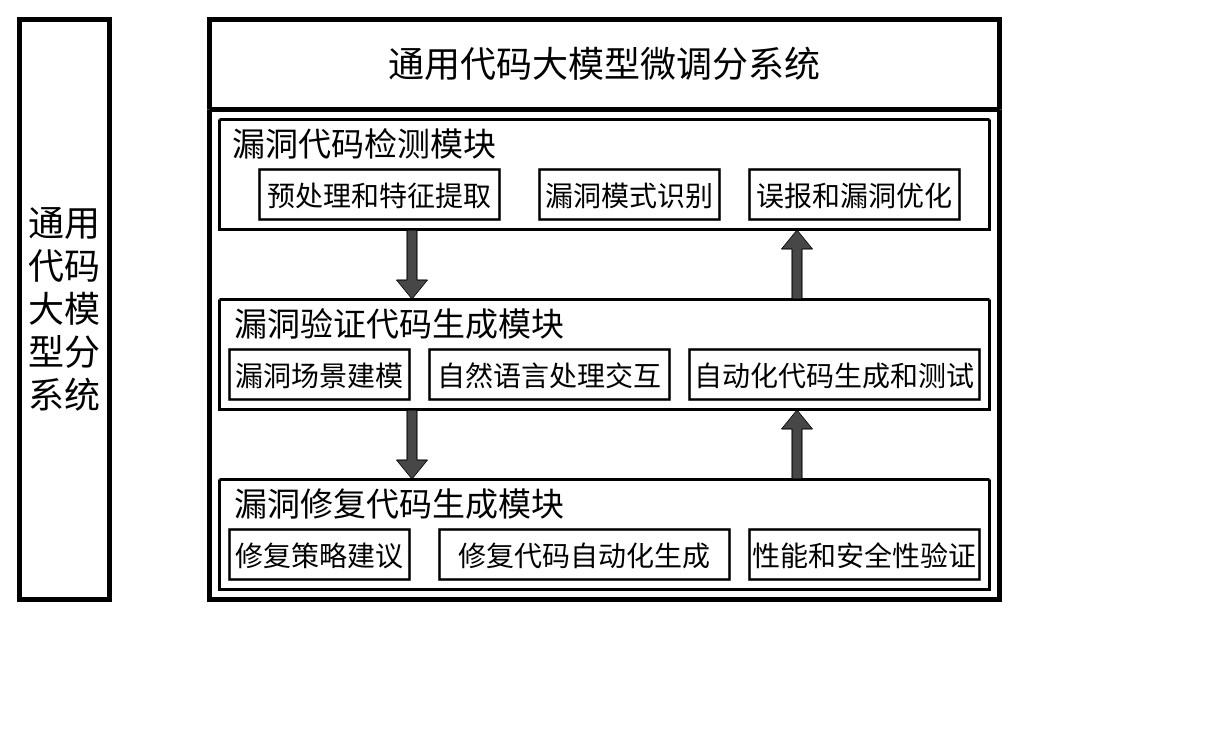
LovenSar/- keeps this draw.io diagram as 工作原理图.drawio. Above is the earlier version. Source tidied: cells renumbered, new cells numbered last; positions are measured from the earlier drawing's top-left corner, leaving out a move shared by most shapes. Both pictures are drawn from the tidied source at 100%, with x=0, y=0 at pixel (19, 19).
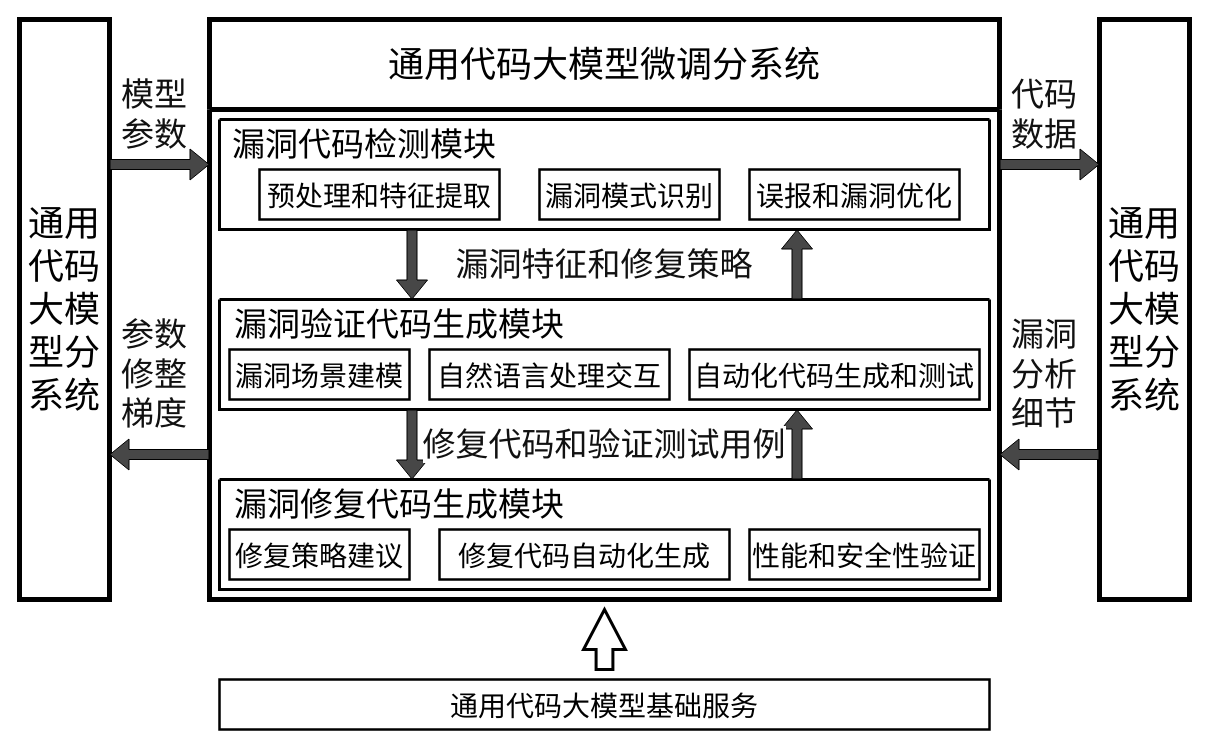
The same diagram, later.

Commit message (it also covers changes not shown here):
更新工作原理图.drawio

The change refers to these unchanged cells:
```xml
<mxCell id="2" value="通用代码大模型分系统" style="rounded=0;whiteSpace=wrap;html=1;fillColor=none;strokeWidth=5;fontSize=36;" parent="1" vertex="1">
  <mxGeometry width="90" height="580" as="geometry" />
</mxCell>
<mxCell id="3" value="&lt;font style=&quot;font-size: 36px; font-weight: normal;&quot;&gt;通用代码大模型微调分系统&lt;/font&gt;" style="swimlane;whiteSpace=wrap;html=1;fontSize=5;strokeWidth=5;startSize=90;" parent="1" vertex="1">
  <mxGeometry x="190" width="790" height="580" as="geometry" />
</mxCell>
```

Diff of the diagram source:
```diff
@@
+    <mxCell id="23" value="&lt;span style=&quot;color: rgb(17, 17, 17); text-align: start; background-color: rgb(255, 255, 255);&quot;&gt;漏洞特征和修复策略&lt;/span&gt;" style="text;html=1;align=center;verticalAlign=middle;whiteSpace=wrap;rounded=0;fontFamily=宋体;fontSize=33;" parent="3" vertex="1">
+      <mxGeometry x="230" y="220" width="330" height="50" as="geometry" />
+    </mxCell>
+    <mxCell id="24" value="&lt;span style=&quot;color: rgb(17, 17, 17); font-size: 33px; text-align: start; background-color: rgb(255, 255, 255);&quot;&gt;修复代码和验证测试用例&lt;/span&gt;" style="text;html=1;align=center;verticalAlign=middle;whiteSpace=wrap;rounded=0;fontFamily=宋体;fontSize=33;" parent="3" vertex="1">
+      <mxGeometry x="210" y="400" width="370" height="50" as="geometry" />
+    </mxCell>
+    <mxCell id="25" value="&lt;font face=&quot;Times New Roman&quot; style=&quot;font-size: 28px;&quot;&gt;通用代码大模型基础服务&lt;/font&gt;" style="rounded=0;whiteSpace=wrap;html=1;fillColor=none;strokeWidth=2.5;fontFamily=宋体;fontSize=33;" parent="1" vertex="1">
+      <mxGeometry x="200" y="660" width="770" height="50" as="geometry" />
+    </mxCell>
+    <mxCell id="26" style="html=1;shadow=0;dashed=0;align=center;verticalAlign=middle;shape=mxgraph.arrows2.arrow;dy=0.6;dx=40;direction=north;notch=0;strokeWidth=3;" parent="1" vertex="1">
+      <mxGeometry x="564" y="590" width="42" height="60" as="geometry" />
+    </mxCell>
+    <mxCell id="27" value="通用代码大模型分系统" style="rounded=0;whiteSpace=wrap;html=1;fillColor=none;strokeWidth=5;fontSize=36;" parent="1" vertex="1">
+      <mxGeometry x="1080" width="90" height="580" as="geometry" />
+    </mxCell>
+    <mxCell id="28" style="shape=flexArrow;endArrow=classic;html=1;rounded=0;exitX=1;exitY=0.25;exitDx=0;exitDy=0;fillColor=#474747;entryX=0;entryY=0.25;entryDx=0;entryDy=0;" parent="1" edge="1" source="2" target="3">
+      <mxGeometry relative="1" as="geometry" />
+    </mxCell>
+    <mxCell id="29" style="shape=flexArrow;endArrow=classic;html=1;rounded=0;exitX=0;exitY=0.75;exitDx=0;exitDy=0;fillColor=#474747;entryX=1;entryY=0.75;entryDx=0;entryDy=0;" parent="1" edge="1" source="3" target="2">
+      <mxGeometry relative="1" as="geometry" />
+    </mxCell>
+    <mxCell id="30" style="shape=flexArrow;endArrow=classic;html=1;rounded=0;exitX=1;exitY=0.25;exitDx=0;exitDy=0;fillColor=#474747;entryX=0;entryY=0.25;entryDx=0;entryDy=0;" parent="1" edge="1" source="3" target="27">
+      <mxGeometry relative="1" as="geometry" />
+    </mxCell>
+    <mxCell id="31" style="shape=flexArrow;endArrow=classic;html=1;rounded=0;fillColor=#474747;entryX=1;entryY=0.75;entryDx=0;entryDy=0;exitX=0;exitY=0.75;exitDx=0;exitDy=0;" parent="1" edge="1" source="27" target="3">
+      <mxGeometry relative="1" as="geometry" />
+    </mxCell>
+    <mxCell id="32" value="&lt;span style=&quot;color: rgb(17, 17, 17); text-align: start; background-color: rgb(255, 255, 255);&quot;&gt;模型参数&lt;/span&gt;" style="text;html=1;align=center;verticalAlign=middle;whiteSpace=wrap;rounded=0;fontFamily=宋体;fontSize=33;" parent="1" vertex="1">
+      <mxGeometry x="90" y="70" width="90" height="50" as="geometry" />
+    </mxCell>
+    <mxCell id="33" value="&lt;span style=&quot;color: rgb(17, 17, 17); background-color: rgb(255, 255, 255);&quot;&gt;参数修整&lt;/span&gt;&lt;div&gt;&lt;span style=&quot;color: rgb(17, 17, 17); background-color: rgb(255, 255, 255);&quot;&gt;梯度&lt;/span&gt;&lt;/div&gt;" style="text;html=1;align=center;verticalAlign=middle;whiteSpace=wrap;rounded=0;fontFamily=宋体;fontSize=33;" parent="1" vertex="1">
+      <mxGeometry x="90" y="300" width="90" height="110" as="geometry" />
+    </mxCell>
+    <mxCell id="34" value="&lt;div style=&quot;&quot;&gt;&lt;font color=&quot;#111111&quot;&gt;&lt;span style=&quot;background-color: rgb(255, 255, 255);&quot;&gt;代码数据&lt;/span&gt;&lt;/font&gt;&lt;/div&gt;" style="text;html=1;align=center;verticalAlign=middle;whiteSpace=wrap;rounded=0;fontFamily=宋体;fontSize=33;" parent="1" vertex="1">
+      <mxGeometry x="980" y="40" width="90" height="110" as="geometry" />
+    </mxCell>
+    <mxCell id="35" value="&lt;div style=&quot;&quot;&gt;&lt;font color=&quot;#111111&quot;&gt;&lt;span style=&quot;background-color: rgb(255, 255, 255);&quot;&gt;漏洞分析细节&lt;/span&gt;&lt;/font&gt;&lt;/div&gt;" style="text;html=1;align=center;verticalAlign=middle;whiteSpace=wrap;rounded=0;fontFamily=宋体;fontSize=33;" parent="1" vertex="1">
+      <mxGeometry x="980" y="300" width="90" height="110" as="geometry" />
+    </mxCell>
```
